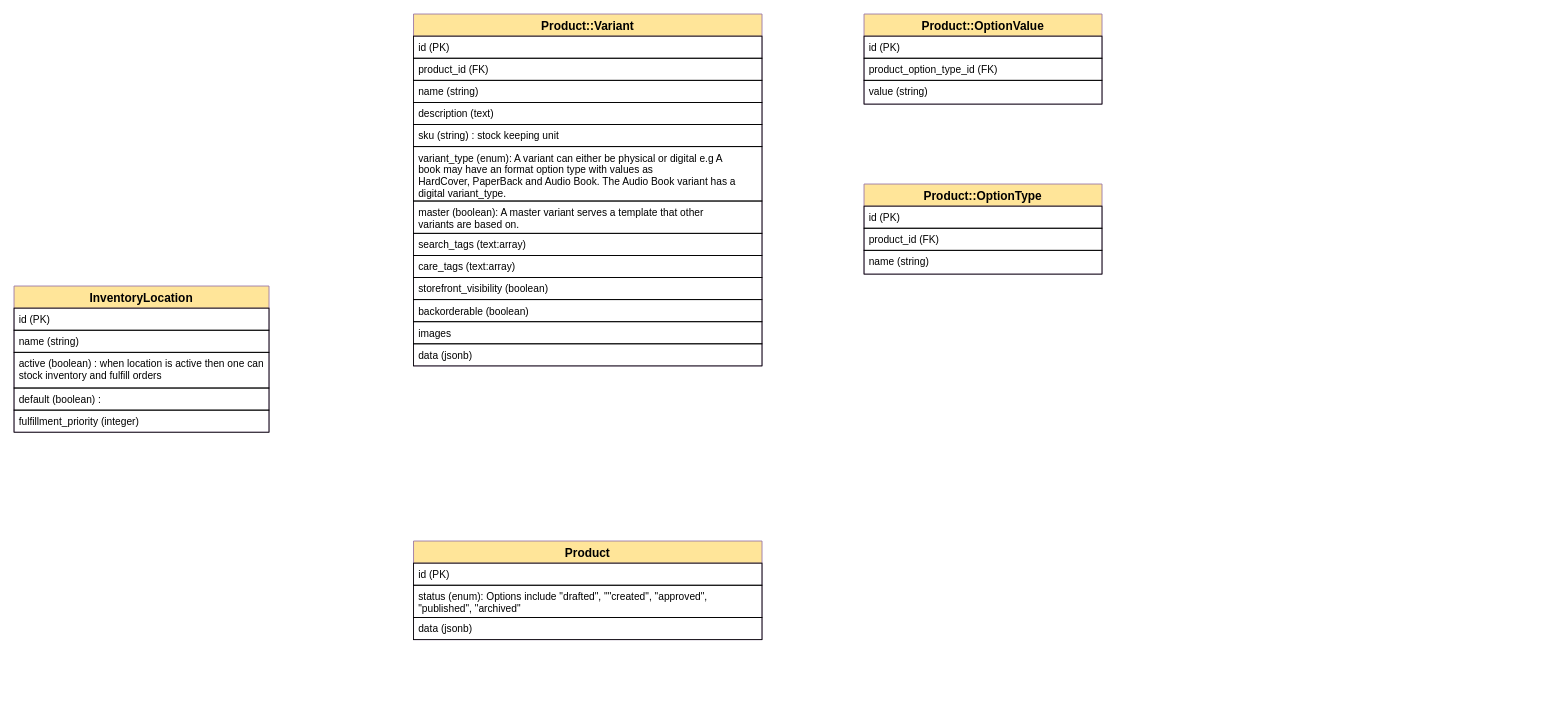
The draw.io diagram soko-erd.drawio in philip-maina/soko, before the edit. Source tidied: cells renumbered, new cells numbered last; positions are measured from the earlier drawing's top-left corner, leaving out a move shared by most shapes. Both pictures are drawn from the tidied source at 85%, with x=0, y=0 at pixel (14, 14).
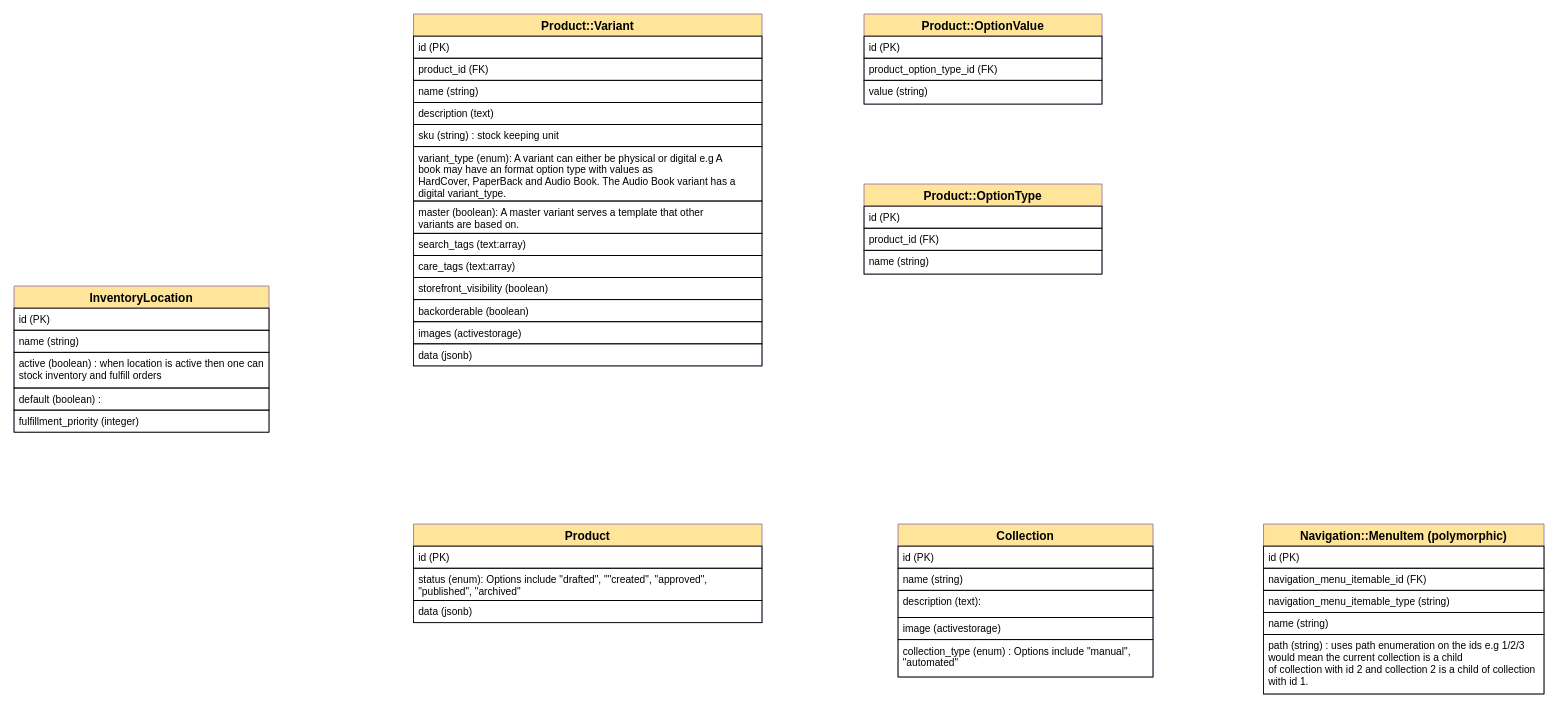
After the change.

Commit message:
feat (domain modelling): Update soko-erd.drawio by adding collections and navigation menu item models.

The change refers to these unchanged cells:
```xml
<mxCell id="2" value="Product::Variant" style="swimlane;fontStyle=1;horizontal=1;startSize=26;align=center;fontSize=14;strokeColor=#9673a6;fillColor=#FFE599;" parent="1" vertex="1">
  <mxGeometry x="470" width="410" height="414" as="geometry" />
</mxCell>
```

Diff of the diagram source:
```diff
@@
-    <mxCell id="14" value="images " style="text;strokeColor=#000000;fillColor=none;spacingLeft=4;spacingRight=4;overflow=hidden;fontSize=12;" parent="2" vertex="1">
+    <mxCell id="14" value="images (activestorage) " style="text;strokeColor=#000000;fillColor=none;spacingLeft=4;spacingRight=4;overflow=hidden;fontSize=12;" parent="2" vertex="1">
       <mxGeometry y="362" width="410" height="26" as="geometry" />
     </mxCell>
@@
     <mxCell id="16" value="Product" style="swimlane;fontStyle=1;horizontal=1;startSize=26;align=center;fontSize=14;strokeColor=#9673a6;fillColor=#FFE599;" parent="1" vertex="1">
-      <mxGeometry x="470" y="620" width="410" height="116" as="geometry" />
+      <mxGeometry x="470" y="600" width="410" height="116" as="geometry" />
     </mxCell>
@@
+    <mxCell id="34" value="Collection" style="swimlane;fontStyle=1;horizontal=1;startSize=26;align=center;fontSize=14;strokeColor=#9673a6;fillColor=#FFE599;" parent="1" vertex="1">
+      <mxGeometry x="1040" y="600" width="300" height="180" as="geometry" />
+    </mxCell>
+    <mxCell id="35" value="id (PK)" style="text;strokeColor=#000000;fillColor=none;spacingLeft=4;spacingRight=4;overflow=hidden;fontSize=12;" parent="34" vertex="1">
+      <mxGeometry y="26" width="300" height="26" as="geometry" />
+    </mxCell>
+    <mxCell id="36" value="name (string)" style="text;strokeColor=#000000;fillColor=none;spacingLeft=4;spacingRight=4;overflow=hidden;fontSize=12;" parent="34" vertex="1">
+      <mxGeometry y="52" width="300" height="26" as="geometry" />
+    </mxCell>
+    <mxCell id="37" value="description (text): " style="text;strokeColor=#000000;fillColor=none;spacingLeft=4;spacingRight=4;overflow=hidden;fontSize=12;" parent="34" vertex="1">
+      <mxGeometry y="78" width="300" height="32" as="geometry" />
+    </mxCell>
+    <mxCell id="38" value="image (activestorage) " style="text;strokeColor=#000000;fillColor=none;spacingLeft=4;spacingRight=4;overflow=hidden;fontSize=12;" parent="34" vertex="1">
+      <mxGeometry y="110" width="300" height="26" as="geometry" />
+    </mxCell>
+    <mxCell id="39" value="collection_type (enum) : Options include &quot;manual&quot;,  &#10;&quot;automated&quot;" style="text;strokeColor=#000000;fillColor=none;spacingLeft=4;spacingRight=4;overflow=hidden;fontSize=12;" parent="34" vertex="1">
+      <mxGeometry y="136" width="300" height="44" as="geometry" />
+    </mxCell>
+    <mxCell id="40" value="Navigation::MenuItem (polymorphic)" style="swimlane;fontStyle=1;horizontal=1;startSize=26;align=center;fontSize=14;strokeColor=#9673a6;fillColor=#FFE599;" parent="1" vertex="1">
+      <mxGeometry x="1470" y="600" width="330" height="200" as="geometry" />
+    </mxCell>
+    <mxCell id="41" value="id (PK)" style="text;strokeColor=#000000;fillColor=none;spacingLeft=4;spacingRight=4;overflow=hidden;fontSize=12;" parent="40" vertex="1">
+      <mxGeometry y="26" width="330" height="26" as="geometry" />
+    </mxCell>
+    <mxCell id="42" value="navigation_menu_itemable_id (FK)" style="text;strokeColor=#000000;fillColor=none;spacingLeft=4;spacingRight=4;overflow=hidden;fontSize=12;" parent="40" vertex="1">
+      <mxGeometry y="52" width="330" height="26" as="geometry" />
+    </mxCell>
+    <mxCell id="43" value="navigation_menu_itemable_type (string)" style="text;strokeColor=#000000;fillColor=none;spacingLeft=4;spacingRight=4;overflow=hidden;fontSize=12;" parent="40" vertex="1">
+      <mxGeometry y="78" width="330" height="26" as="geometry" />
+    </mxCell>
+    <mxCell id="44" value="name (string)" style="text;strokeColor=#000000;fillColor=none;spacingLeft=4;spacingRight=4;overflow=hidden;fontSize=12;" parent="40" vertex="1">
+      <mxGeometry y="104" width="330" height="26" as="geometry" />
+    </mxCell>
+    <mxCell id="45" value="path (string) : uses path enumeration on the ids e.g 1/2/3 &#10;would mean the current collection is a child&#10;of collection with id 2 and collection 2 is a child of collection &#10;with id 1. " style="text;strokeColor=#000000;fillColor=none;spacingLeft=4;spacingRight=4;overflow=hidden;fontSize=12;" parent="40" vertex="1">
+      <mxGeometry y="130" width="330" height="70" as="geometry" />
+    </mxCell>
```
